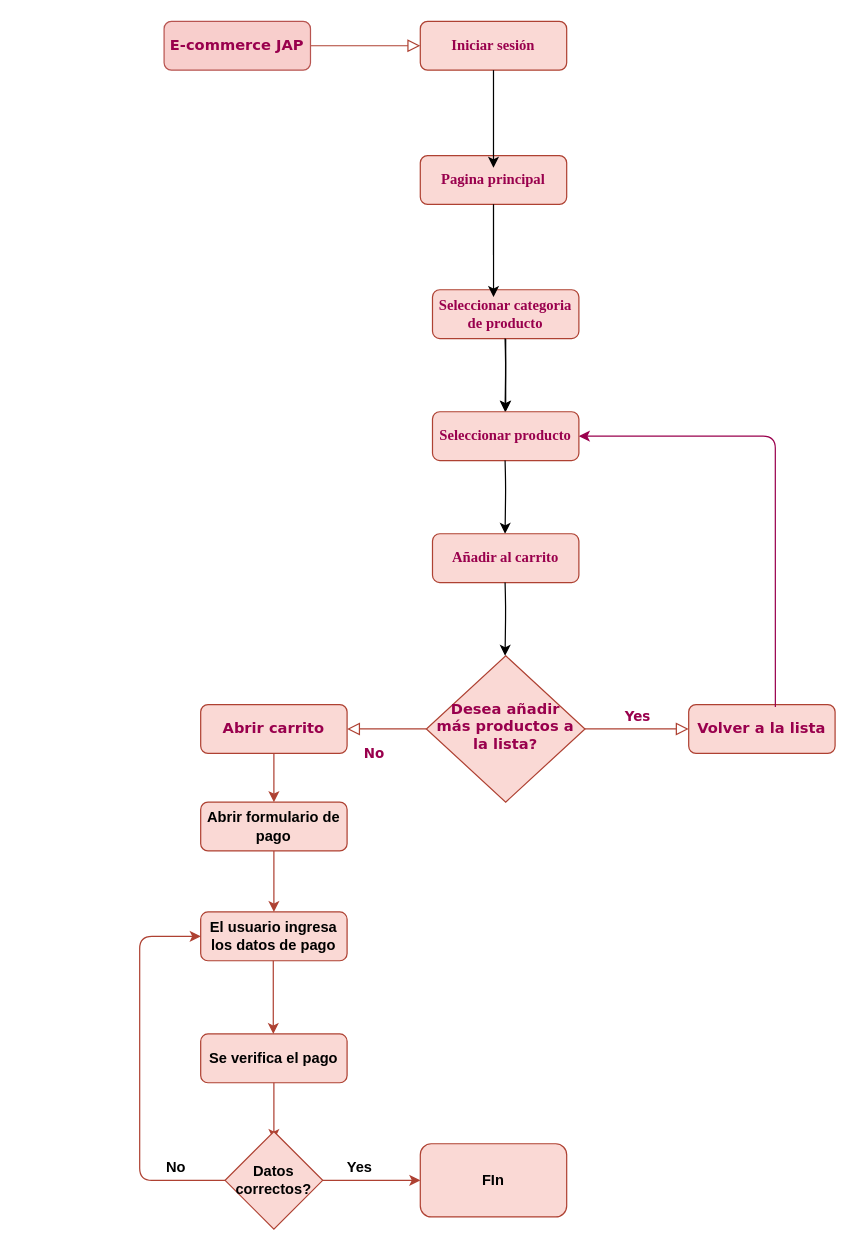
This is Untitled Diagram.drawio from meelaniekp/Jap_repository, a draw.io file, before an edit. Source tidied: cells renumbered, new cells numbered last; positions are measured from the earlier drawing's top-left corner, leaving out a move shared by most shapes. Both pictures are drawn from the tidied source at 122%, with x=0, y=0 at pixel (139, 21).
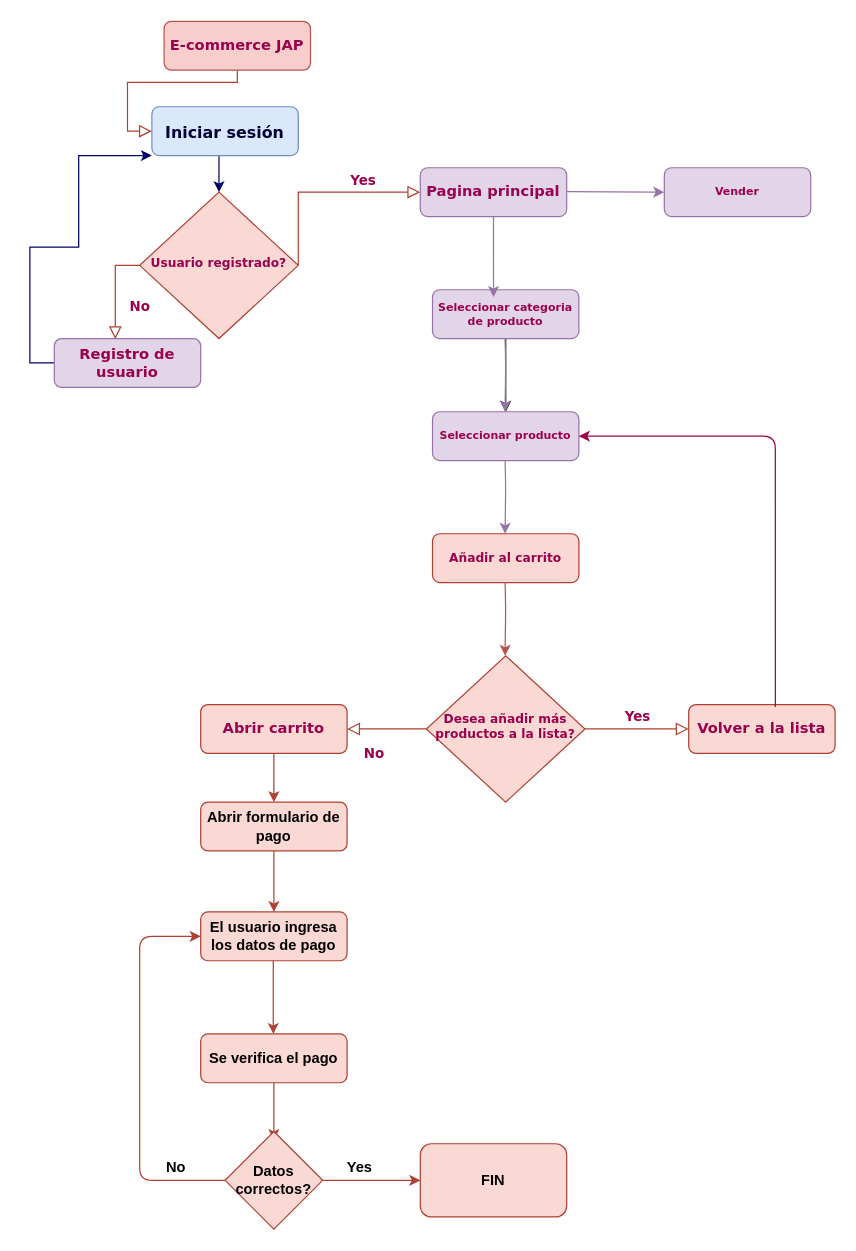
The same diagram, later.

Unchanged cells that the change refers to:
```xml
<mxCell id="3" value="&lt;font color=&quot;#99004d&quot; face=&quot;Verdana&quot;&gt;&lt;b&gt;E-commerce JAP&lt;/b&gt;&lt;/font&gt;" style="rounded=1;whiteSpace=wrap;html=1;fontSize=12;glass=0;strokeWidth=1;shadow=0;fillColor=#f8cecc;strokeColor=#b85450;" parent="1" vertex="1">
  <mxGeometry x="20" width="120" height="40" as="geometry" />
</mxCell>
```

Change to the diagram source:
```diff
@@
     <mxCell id="2" style="rounded=0;html=1;jettySize=auto;fontSize=11;endArrow=block;endFill=0;endSize=8;strokeWidth=1;shadow=0;labelBackgroundColor=none;edgeStyle=orthogonalEdgeStyle;fillColor=#fad9d5;strokeColor=#ae4132;entryX=0;entryY=0.5;entryDx=0;entryDy=0;" parent="1" edge="1" source="3" target="30">
-      <mxGeometry relative="1" as="geometry" />
+      <mxGeometry relative="1" as="geometry">
+        <Array as="points">
+          <mxPoint x="80" y="50" />
+          <mxPoint x="-10" y="50" />
+          <mxPoint x="-10" y="90" />
+        </Array>
+      </mxGeometry>
     </mxCell>
@@
-    <mxCell id="4" value="Desea añadir más productos a la lista?" style="rhombus;whiteSpace=wrap;html=1;shadow=0;fontFamily=Verdana;fontSize=12;align=center;strokeWidth=1;spacing=6;spacingTop=-4;fillColor=#fad9d5;strokeColor=#AE4132;fontColor=#99004D;fontStyle=1;" parent="1" vertex="1">
+    <mxCell id="4" value="Desea añadir más productos a la lista?" style="rhombus;whiteSpace=wrap;html=1;shadow=0;fontFamily=Verdana;fontSize=10;align=center;strokeWidth=1;spacing=6;spacingTop=-4;fillColor=#fad9d5;strokeColor=#AE4132;fontColor=#99004D;fontStyle=1;" parent="1" vertex="1">
       <mxGeometry x="235" y="520" width="130" height="120" as="geometry" />
     </mxCell>
@@
-    <mxCell id="6" value="&lt;font color=&quot;#99004d&quot; face=&quot;Garamond&quot;&gt;&lt;b&gt;Seleccionar categoria de producto&lt;/b&gt;&lt;/font&gt;" style="rounded=1;whiteSpace=wrap;html=1;fontSize=12;glass=0;strokeWidth=1;shadow=0;fillColor=#fad9d5;strokeColor=#ae4132;" parent="1" vertex="1">
+    <mxCell id="6" value="&lt;font color=&quot;#99004d&quot; style=&quot;font-size: 9px;&quot;&gt;&lt;b style=&quot;font-size: 9px;&quot;&gt;Seleccionar categoria de producto&lt;/b&gt;&lt;/font&gt;" style="rounded=1;whiteSpace=wrap;html=1;fontSize=9;glass=0;strokeWidth=1;shadow=0;fillColor=#e1d5e7;strokeColor=#9673a6;fontFamily=Verdana;" parent="1" vertex="1">
       <mxGeometry x="240" y="220" width="120" height="40" as="geometry" />
     </mxCell>
@@
-    <mxCell id="9" value="&lt;b&gt;&lt;font color=&quot;#99004d&quot; face=&quot;Garamond&quot;&gt;Seleccionar producto&lt;/font&gt;&lt;/b&gt;" style="rounded=1;whiteSpace=wrap;html=1;fontSize=12;glass=0;strokeWidth=1;shadow=0;fillColor=#fad9d5;strokeColor=#ae4132;" parent="1" vertex="1">
+    <mxCell id="9" value="&lt;b style=&quot;font-size: 9px;&quot;&gt;&lt;font color=&quot;#99004d&quot; style=&quot;font-size: 9px;&quot;&gt;Seleccionar producto&lt;/font&gt;&lt;/b&gt;" style="rounded=1;whiteSpace=wrap;html=1;fontSize=9;glass=0;strokeWidth=1;shadow=0;fillColor=#e1d5e7;strokeColor=#9673a6;fontFamily=Verdana;" parent="1" vertex="1">
       <mxGeometry x="240" y="320" width="120" height="40" as="geometry" />
     </mxCell>
-    <mxCell id="10" style="endArrow=classic;html=1;" parent="1" edge="1">
+    <mxCell id="10" style="endArrow=classic;html=1;fillColor=#e1d5e7;strokeColor=#9673a6;" parent="1" edge="1">
       <mxGeometry relative="1" as="geometry">
         <mxPoint x="299.5" y="260" as="sourcePoint" />
         <mxPoint x="299.5" y="320" as="targetPoint" />
         <Array as="points">
           <mxPoint x="300" y="280" />
         </Array>
       </mxGeometry>
     </mxCell>
-    <mxCell id="11" style="endArrow=classic;html=1;" parent="1" edge="1">
+    <mxCell id="11" style="endArrow=classic;html=1;fillColor=#e1d5e7;strokeColor=#9673a6;" parent="1" edge="1">
       <mxGeometry relative="1" as="geometry">
         <mxPoint x="299.5" y="360" as="sourcePoint" />
         <mxPoint x="299.5" y="420" as="targetPoint" />
         <Array as="points">
           <mxPoint x="300" y="380" />
         </Array>
       </mxGeometry>
     </mxCell>
@@
-    <mxCell id="14" value="&lt;font face=&quot;Garamond&quot; color=&quot;#99004d&quot;&gt;&lt;b&gt;Añadir al carrito&lt;/b&gt;&lt;/font&gt;" style="rounded=1;whiteSpace=wrap;html=1;fontSize=12;glass=0;strokeWidth=1;shadow=0;fillColor=#fad9d5;strokeColor=#ae4132;" parent="1" vertex="1">
+    <mxCell id="14" value="&lt;font color=&quot;#99004d&quot; style=&quot;font-size: 10px;&quot;&gt;&lt;b style=&quot;font-size: 10px;&quot;&gt;Añadir al carrito&lt;/b&gt;&lt;/font&gt;" style="rounded=1;whiteSpace=wrap;html=1;fontSize=10;glass=0;strokeWidth=1;shadow=0;fillColor=#fad9d5;strokeColor=#ae4132;fontFamily=Verdana;" parent="1" vertex="1">
       <mxGeometry x="240" y="420" width="120" height="40" as="geometry" />
     </mxCell>
-    <mxCell id="15" style="endArrow=classic;html=1;" parent="1" edge="1">
+    <mxCell id="15" style="endArrow=classic;html=1;fillColor=#f8cecc;strokeColor=#b85450;" parent="1" edge="1">
       <mxGeometry relative="1" as="geometry">
         <mxPoint x="299.5" y="460" as="sourcePoint" />
         <mxPoint x="299.5" y="520" as="targetPoint" />
         <Array as="points">
           <mxPoint x="300" y="480" />
         </Array>
       </mxGeometry>
     </mxCell>
@@
-    <mxCell id="25" value="FIn" style="rounded=1;whiteSpace=wrap;html=1;fillColor=#fad9d5;strokeColor=#ae4132;fontStyle=1;" parent="1" vertex="1">
+    <mxCell id="25" value="FIN" style="rounded=1;whiteSpace=wrap;html=1;fillColor=#fad9d5;strokeColor=#ae4132;fontStyle=1;" parent="1" vertex="1">
       <mxGeometry x="230" y="920" width="120" height="60" as="geometry" />
     </mxCell>
@@
+    <mxCell id="34" style="edgeStyle=orthogonalEdgeStyle;rounded=0;jettySize=auto;html=1;fontFamily=Verdana;fontSize=10;fontColor=#000066;strokeColor=#000066;entryX=0.5;entryY=0;entryDx=0;entryDy=0;" parent="1" edge="1" source="30" target="37">
+      <mxGeometry relative="1" as="geometry">
+        <Array as="points">
+          <mxPoint x="55" y="110" />
+          <mxPoint x="55" y="110" />
+        </Array>
+      </mxGeometry>
+    </mxCell>
-    <mxCell id="30" value="&lt;font color=&quot;#99004d&quot; face=&quot;Garamond&quot;&gt;&lt;b&gt;Iniciar sesión&lt;/b&gt;&lt;/font&gt;" style="rounded=1;whiteSpace=wrap;html=1;fontSize=12;glass=0;strokeWidth=1;shadow=0;fillColor=#fad9d5;strokeColor=#ae4132;" parent="1" vertex="1">
-      <mxGeometry x="230" width="120" height="40" as="geometry" />
+    <mxCell id="30" value="&lt;h2&gt;&lt;font face=&quot;Verdana&quot; style=&quot;font-size: 13px&quot;&gt;Iniciar sesión&lt;/font&gt;&lt;/h2&gt;" style="rounded=1;whiteSpace=wrap;html=1;fontSize=12;glass=0;strokeWidth=1;shadow=0;fillColor=#dae8fc;strokeColor=#6c8ebf;fontColor=#000033;fontStyle=1;" parent="1" vertex="1">
+      <mxGeometry x="10" y="70" width="120" height="40" as="geometry" />
     </mxCell>
-    <mxCell id="31" value="&lt;font color=&quot;#99004d&quot; face=&quot;Garamond&quot;&gt;&lt;b&gt;Pagina principal&lt;/b&gt;&lt;/font&gt;" style="rounded=1;whiteSpace=wrap;html=1;fontSize=12;glass=0;strokeWidth=1;shadow=0;fillColor=#fad9d5;strokeColor=#ae4132;" parent="1" vertex="1">
-      <mxGeometry x="230" y="110" width="120" height="40" as="geometry" />
+    <mxCell id="31" value="&lt;font color=&quot;#99004d&quot;&gt;&lt;b&gt;Pagina principal&lt;/b&gt;&lt;/font&gt;" style="rounded=1;whiteSpace=wrap;html=1;fontSize=12;glass=0;strokeWidth=1;shadow=0;fillColor=#e1d5e7;strokeColor=#9673a6;fontFamily=Verdana;" parent="1" vertex="1">
+      <mxGeometry x="230" y="120" width="120" height="40" as="geometry" />
     </mxCell>
-    <mxCell id="32" style="endArrow=classic;html=1;" parent="1" edge="1">
-      <mxGeometry relative="1" as="geometry">
-        <mxPoint x="290" y="40" as="sourcePoint" />
-        <mxPoint x="290" y="120" as="targetPoint" />
-        <Array as="points">
-          <mxPoint x="290" y="40" />
-        </Array>
-      </mxGeometry>
-    </mxCell>
-    <mxCell id="33" style="endArrow=classic;html=1;exitX=0.5;exitY=1;exitDx=0;exitDy=0;entryX=0.417;entryY=0.15;entryDx=0;entryDy=0;entryPerimeter=0;" parent="1" edge="1" source="31" target="6">
+    <mxCell id="33" style="endArrow=classic;html=1;exitX=0.5;exitY=1;exitDx=0;exitDy=0;entryX=0.417;entryY=0.15;entryDx=0;entryDy=0;entryPerimeter=0;fillColor=#e1d5e7;strokeColor=#9673a6;" parent="1" edge="1" source="31" target="6">
       <mxGeometry relative="1" as="geometry" />
     </mxCell>
+    <mxCell id="35" style="endArrow=classic;html=1;exitX=0.5;exitY=1;exitDx=0;exitDy=0;fillColor=#e1d5e7;strokeColor=#9673a6;" parent="1" edge="1">
+      <mxGeometry relative="1" as="geometry">
+        <mxPoint x="350" y="139.5" as="sourcePoint" />
+        <mxPoint x="430" y="140" as="targetPoint" />
+      </mxGeometry>
+    </mxCell>
+    <mxCell id="36" value="&lt;font color=&quot;#99004d&quot; style=&quot;font-size: 9px&quot;&gt;&lt;b style=&quot;font-size: 9px&quot;&gt;Vender&lt;/b&gt;&lt;/font&gt;" style="rounded=1;whiteSpace=wrap;html=1;fontSize=9;glass=0;strokeWidth=1;shadow=0;fillColor=#e1d5e7;strokeColor=#9673a6;fontFamily=Verdana;" parent="1" vertex="1">
+      <mxGeometry x="430" y="120" width="120" height="40" as="geometry" />
+    </mxCell>
+    <mxCell id="37" value="Usuario registrado?" style="rhombus;whiteSpace=wrap;html=1;shadow=0;fontFamily=Verdana;fontSize=10;align=center;strokeWidth=1;spacing=6;spacingTop=-4;fillColor=#fad9d5;strokeColor=#AE4132;fontColor=#99004D;fontStyle=1;" parent="1" vertex="1">
+      <mxGeometry y="140" width="130" height="120" as="geometry" />
+    </mxCell>
+    <mxCell id="38" value="No" style="rounded=0;html=1;jettySize=auto;fontSize=11;endArrow=block;endFill=0;endSize=8;strokeWidth=1;shadow=0;labelBackgroundColor=none;edgeStyle=orthogonalEdgeStyle;exitX=0;exitY=0.5;exitDx=0;exitDy=0;fillColor=#fad9d5;strokeColor=#AE4132;fontFamily=Verdana;fontColor=#99004D;fontStyle=1;" parent="1" edge="1" source="37">
+      <mxGeometry x="0.33" y="20" relative="1" as="geometry">
+        <mxPoint x="-20" y="260" as="targetPoint" />
+      </mxGeometry>
+    </mxCell>
+    <mxCell id="39" value="Yes" style="edgeStyle=orthogonalEdgeStyle;rounded=0;html=1;jettySize=auto;fontSize=11;endArrow=block;endFill=0;endSize=8;strokeWidth=1;shadow=0;labelBackgroundColor=none;exitX=1;exitY=0.5;exitDx=0;exitDy=0;fillColor=#fad9d5;strokeColor=#AE4132;fontFamily=Verdana;fontColor=#99004D;fontStyle=1;entryX=0;entryY=0.5;entryDx=0;entryDy=0;" parent="1" edge="1" target="31">
+      <mxGeometry x="0.41" y="10" relative="1" as="geometry">
+        <mxPoint x="130" y="199.5" as="sourcePoint" />
+        <Array as="points">
+          <mxPoint x="130" y="140" />
+        </Array>
+        <mxPoint y="1" as="offset" />
+      </mxGeometry>
+    </mxCell>
+    <mxCell id="40" style="edgeStyle=orthogonalEdgeStyle;rounded=0;jettySize=auto;html=1;fontFamily=Verdana;fontSize=10;fontColor=#000066;strokeColor=#000066;exitX=0;exitY=0.5;exitDx=0;exitDy=0;entryX=0;entryY=1;entryDx=0;entryDy=0;" parent="1" edge="1" source="41" target="30">
+      <mxGeometry relative="1" as="geometry">
+        <Array as="points">
+          <mxPoint x="-90" y="280" />
+          <mxPoint x="-90" y="185" />
+          <mxPoint x="-50" y="185" />
+          <mxPoint x="-50" y="110" />
+        </Array>
+      </mxGeometry>
+    </mxCell>
+    <mxCell id="41" value="&lt;font color=&quot;#99004d&quot;&gt;&lt;b&gt;Registro de usuario&lt;/b&gt;&lt;/font&gt;" style="rounded=1;whiteSpace=wrap;html=1;fontSize=12;glass=0;strokeWidth=1;shadow=0;fillColor=#e1d5e7;strokeColor=#9673a6;fontFamily=Verdana;" parent="1" vertex="1">
+      <mxGeometry x="-70" y="260" width="120" height="40" as="geometry" />
+    </mxCell>
```
